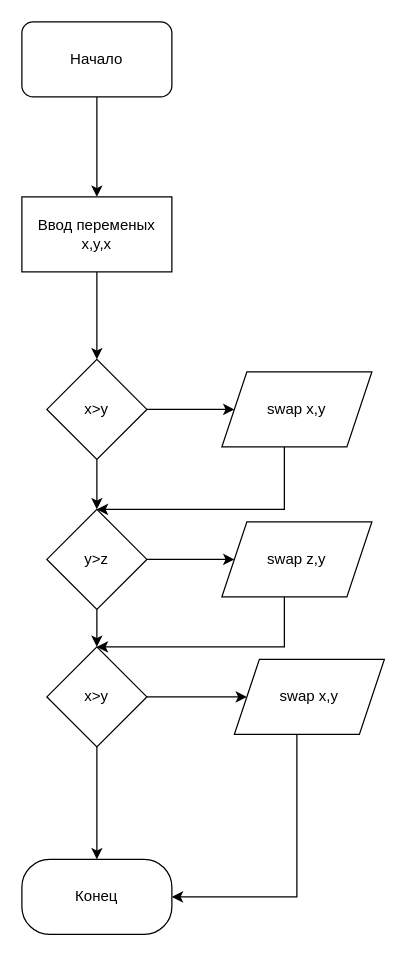
Earlier version of the draw.io diagram page "Page-1" (1 of 2) of c++/5 laba/5.drawio (lolipodass/-Flesha). Source tidied: cells renumbered, new cells numbered last; positions are measured from the earlier drawing's top-left corner, leaving out a move shared by most shapes. Both pictures are drawn from the tidied source at 125%, with x=0, y=0 at pixel (21, 21).
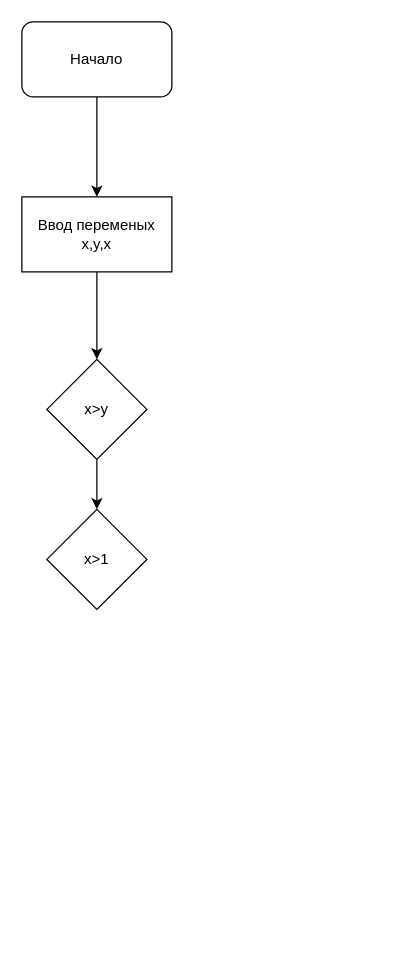
The same diagram, later.

Unchanged cells that the change refers to:
```xml
<mxCell id="8" value="x&amp;gt;y" style="rhombus;whiteSpace=wrap;html=1;rounded=1;arcSize=0;" parent="1" vertex="1">
  <mxGeometry x="20" y="270" width="80" height="80" as="geometry" />
</mxCell>
```

Diff of the diagram source:
```diff
@@
-    <mxCell id="6" style="edgeStyle=orthogonalEdgeStyle;rounded=0;jettySize=auto;html=1;" parent="1" edge="1" source="8" target="10">
-      <mxGeometry relative="1" as="geometry" />
-    </mxCell>
-    <mxCell id="7" style="edgeStyle=orthogonalEdgeStyle;rounded=0;jettySize=auto;html=1;" parent="1" edge="1" source="8" target="13">
-      <mxGeometry relative="1" as="geometry" />
+    <mxCell id="7" style="edgeStyle=orthogonalEdgeStyle;rounded=0;jettySize=auto;html=1;" parent="1" edge="1" source="8">
+      <mxGeometry relative="1" as="geometry">
+        <mxPoint x="60" y="390" as="targetPoint" />
+      </mxGeometry>
     </mxCell>
@@
-    <mxCell id="9" style="edgeStyle=orthogonalEdgeStyle;rounded=0;jettySize=auto;html=1;entryX=0.5;entryY=0;entryDx=0;entryDy=0;" parent="1" edge="1" source="10" target="13">
-      <mxGeometry relative="1" as="geometry">
-        <Array as="points">
-          <mxPoint x="210" y="390" />
-        </Array>
-      </mxGeometry>
-    </mxCell>
-    <mxCell id="10" value="swap x,y" style="shape=parallelogram;perimeter=parallelogramPerimeter;whiteSpace=wrap;html=1;fixedSize=1;rounded=1;arcSize=0;" parent="1" vertex="1">
-      <mxGeometry x="160" y="280" width="120" height="60" as="geometry" />
-    </mxCell>
-    <mxCell id="11" style="edgeStyle=orthogonalEdgeStyle;rounded=0;jettySize=auto;html=1;" parent="1" edge="1" source="13" target="15">
-      <mxGeometry relative="1" as="geometry" />
-    </mxCell>
-    <mxCell id="12" style="edgeStyle=orthogonalEdgeStyle;rounded=0;jettySize=auto;html=1;entryX=0.5;entryY=0;entryDx=0;entryDy=0;" parent="1" edge="1" source="13" target="18">
-      <mxGeometry relative="1" as="geometry" />
-    </mxCell>
-    <mxCell id="13" value="y&amp;gt;z" style="rhombus;whiteSpace=wrap;html=1;rounded=1;arcSize=0;" parent="1" vertex="1">
-      <mxGeometry x="20" y="390" width="80" height="80" as="geometry" />
-    </mxCell>
-    <mxCell id="14" style="edgeStyle=orthogonalEdgeStyle;rounded=0;jettySize=auto;html=1;entryX=0.5;entryY=0;entryDx=0;entryDy=0;" parent="1" edge="1" source="15" target="18">
-      <mxGeometry relative="1" as="geometry">
-        <Array as="points">
-          <mxPoint x="210" y="500" />
-        </Array>
-      </mxGeometry>
-    </mxCell>
-    <mxCell id="15" value="swap z,y" style="shape=parallelogram;perimeter=parallelogramPerimeter;whiteSpace=wrap;html=1;fixedSize=1;rounded=1;arcSize=0;" parent="1" vertex="1">
-      <mxGeometry x="160" y="400" width="120" height="60" as="geometry" />
-    </mxCell>
-    <mxCell id="16" style="edgeStyle=orthogonalEdgeStyle;rounded=0;jettySize=auto;html=1;" parent="1" edge="1" source="18" target="20">
-      <mxGeometry relative="1" as="geometry" />
-    </mxCell>
-    <mxCell id="17" style="edgeStyle=orthogonalEdgeStyle;rounded=0;jettySize=auto;html=1;" parent="1" edge="1" source="18" target="21">
-      <mxGeometry relative="1" as="geometry" />
-    </mxCell>
-    <mxCell id="18" value="x&amp;gt;y" style="rhombus;whiteSpace=wrap;html=1;rounded=1;arcSize=0;" parent="1" vertex="1">
-      <mxGeometry x="20" y="500" width="80" height="80" as="geometry" />
-    </mxCell>
-    <mxCell id="19" style="edgeStyle=orthogonalEdgeStyle;rounded=0;jettySize=auto;html=1;" parent="1" edge="1" source="20" target="21">
-      <mxGeometry relative="1" as="geometry">
-        <Array as="points">
-          <mxPoint x="220" y="700" />
-        </Array>
-      </mxGeometry>
-    </mxCell>
-    <mxCell id="20" value="swap x,y" style="shape=parallelogram;perimeter=parallelogramPerimeter;whiteSpace=wrap;html=1;fixedSize=1;rounded=1;arcSize=0;" parent="1" vertex="1">
-      <mxGeometry x="170" y="510" width="120" height="60" as="geometry" />
-    </mxCell>
-    <mxCell id="21" value="Конец" style="whiteSpace=wrap;html=1;rounded=1;arcSize=37;" parent="1" vertex="1">
-      <mxGeometry y="670" width="120" height="60" as="geometry" />
-    </mxCell>
+    <mxCell id="22" value="x&amp;gt;1" style="rhombus;whiteSpace=wrap;html=1;" parent="1" vertex="1">
+      <mxGeometry x="20" y="390" width="80" height="80" as="geometry" />
+    </mxCell>
```
